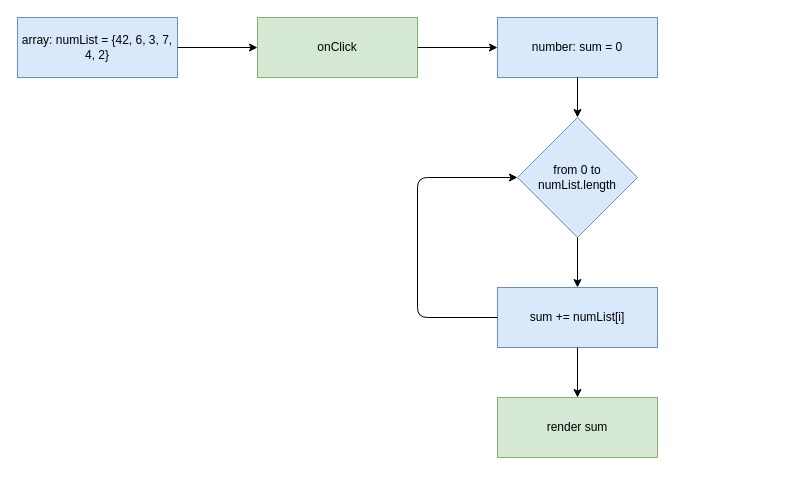
Downeys/new_repo keeps this draw.io diagram as lists-and-loops-activity.drawio. Above is the earlier version. Source tidied: cells renumbered, new cells numbered last; positions are measured from the earlier drawing's top-left corner, leaving out a move shared by most shapes. Both pictures are drawn from the tidied source at 100%, with x=0, y=0 at pixel (17, 17).
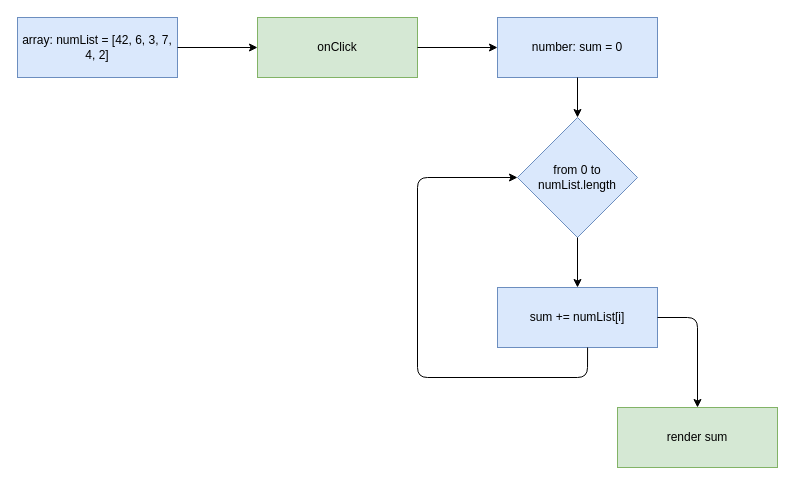
Above is the later version.

Diff of the diagram source:
```diff
@@
 <mxGraphModel>
   <root>
     <mxCell id="0" />
     <mxCell id="1" parent="0" />
-    <mxCell id="2" value="array: numList = {42, 6, 3, 7, 4, 2}" style="rounded=0;whiteSpace=wrap;html=1;fillColor=#dae8fc;strokeColor=#6c8ebf;" parent="1" vertex="1">
+    <mxCell id="2" value="array: numList = [42, 6, 3, 7, 4, 2]" style="rounded=0;whiteSpace=wrap;html=1;fillColor=#dae8fc;strokeColor=#6c8ebf;" parent="1" vertex="1">
       <mxGeometry width="160" height="60" as="geometry" />
     </mxCell>
     <mxCell id="3" value="number: sum = 0" style="rounded=0;whiteSpace=wrap;html=1;fillColor=#dae8fc;strokeColor=#6c8ebf;" parent="1" vertex="1">
       <mxGeometry x="480" width="160" height="60" as="geometry" />
     </mxCell>
     <mxCell id="4" value="from 0 to numList.length" style="rhombus;whiteSpace=wrap;html=1;fillColor=#dae8fc;strokeColor=#6c8ebf;" parent="1" vertex="1">
       <mxGeometry x="500" y="100" width="120" height="120" as="geometry" />
     </mxCell>
     <mxCell id="5" value="sum += numList[i]" style="rounded=0;whiteSpace=wrap;html=1;fillColor=#dae8fc;strokeColor=#6c8ebf;" parent="1" vertex="1">
       <mxGeometry x="480" y="270" width="160" height="60" as="geometry" />
     </mxCell>
     <mxCell id="6" value="onClick" style="rounded=0;whiteSpace=wrap;html=1;fillColor=#d5e8d4;strokeColor=#82b366;" parent="1" vertex="1">
       <mxGeometry x="240" width="160" height="60" as="geometry" />
     </mxCell>
     <mxCell id="7" value="render sum" style="rounded=0;whiteSpace=wrap;html=1;fillColor=#d5e8d4;strokeColor=#82b366;" parent="1" vertex="1">
-      <mxGeometry x="480" y="380" width="160" height="60" as="geometry" />
+      <mxGeometry x="600" y="390" width="160" height="60" as="geometry" />
     </mxCell>
     <mxCell id="8" style="endArrow=classic;html=1;entryX=0;entryY=0.5;entryDx=0;entryDy=0;" parent="1" edge="1" source="2" target="6">
       <mxGeometry relative="1" as="geometry" />
     </mxCell>
     <mxCell id="9" style="endArrow=classic;html=1;exitX=1;exitY=0.5;exitDx=0;exitDy=0;entryX=0;entryY=0.5;entryDx=0;entryDy=0;" parent="1" edge="1" source="6" target="3">
       <mxGeometry relative="1" as="geometry" />
     </mxCell>
     <mxCell id="10" style="endArrow=classic;html=1;entryX=0.5;entryY=0;entryDx=0;entryDy=0;" parent="1" edge="1" source="3" target="4">
       <mxGeometry relative="1" as="geometry" />
     </mxCell>
     <mxCell id="11" style="endArrow=classic;html=1;exitX=0.5;exitY=1;exitDx=0;exitDy=0;" parent="1" edge="1" source="4" target="5">
       <mxGeometry relative="1" as="geometry" />
     </mxCell>
-    <mxCell id="12" style="endArrow=classic;html=1;exitX=0;exitY=0.5;exitDx=0;exitDy=0;entryX=0;entryY=0.5;entryDx=0;entryDy=0;" parent="1" edge="1" source="5" target="4">
+    <mxCell id="12" style="endArrow=classic;html=1;exitX=0.563;exitY=1;exitDx=0;exitDy=0;entryX=0;entryY=0.5;entryDx=0;entryDy=0;exitPerimeter=0;" parent="1" edge="1" source="5" target="4">
       <mxGeometry relative="1" as="geometry">
         <Array as="points">
-          <mxPoint x="400" y="300" />
+          <mxPoint x="570" y="360" />
+          <mxPoint x="400" y="360" />
           <mxPoint x="400" y="160" />
         </Array>
       </mxGeometry>
     </mxCell>
-    <mxCell id="13" style="endArrow=classic;html=1;exitX=0.5;exitY=1;exitDx=0;exitDy=0;" parent="1" edge="1" source="5" target="7">
-      <mxGeometry relative="1" as="geometry" />
+    <mxCell id="13" style="endArrow=classic;html=1;exitX=1;exitY=0.5;exitDx=0;exitDy=0;" parent="1" edge="1" source="5" target="7">
+      <mxGeometry relative="1" as="geometry">
+        <Array as="points">
+          <mxPoint x="680" y="300" />
+        </Array>
+      </mxGeometry>
     </mxCell>
   </root>
 </mxGraphModel>
```
